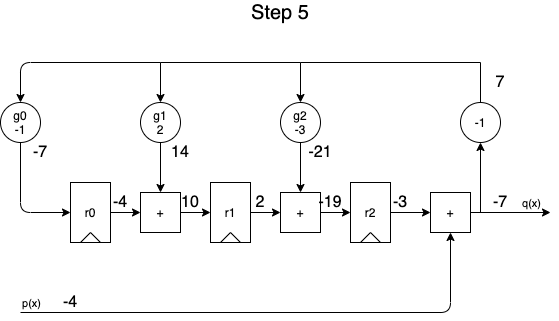
This is assets/reed_solomon/reed_solomon-divider_diagram_step5.png from tomverbeure/tomverbeure.github.io, a draw.io export, as it was before one commit. Source tidied: cells renumbered, new cells last; positions are measured from the earlier drawing's top-left corner, leaving out a move shared by most shapes.
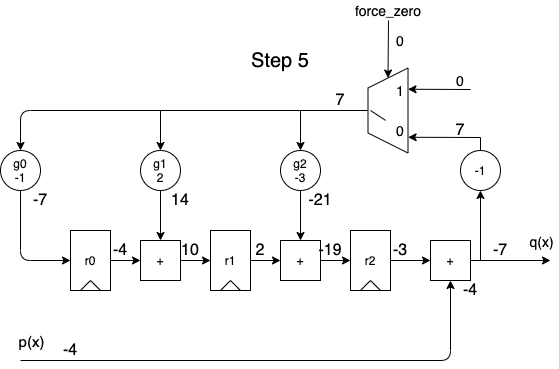
The same diagram one commit later.

Diff of the diagram source:
```diff
@@ -53,11 +53,6 @@
         </Array>
       </mxGeometry>
     </mxCell>
-    <mxCell id="14" value="p(x)" style="edgeLabel;html=1;align=center;verticalAlign=middle;" parent="13" vertex="1">
-      <mxGeometry x="-0.73" y="-1" relative="1" as="geometry">
-        <mxPoint x="-58" y="-11" as="offset" />
-      </mxGeometry>
-    </mxCell>
     <mxCell id="15" style="edgeStyle=orthogonalEdgeStyle;rounded=0;jettySize=auto;html=1;" parent="1" edge="1" source="7" target="12">
       <mxGeometry relative="1" as="geometry" />
     </mxCell>
@@ -66,11 +61,6 @@
         <mxPoint x="550" y="210" as="targetPoint" />
       </mxGeometry>
     </mxCell>
-    <mxCell id="17" value="q(x)" style="edgeLabel;html=1;align=center;verticalAlign=middle;" parent="16" vertex="1">
-      <mxGeometry x="-0.06" relative="1" as="geometry">
-        <mxPoint x="22.3" y="-10" as="offset" />
-      </mxGeometry>
-    </mxCell>
     <mxCell id="18" value="+" style="whiteSpace=wrap;html=1;fillColor=none;" parent="1" vertex="1">
       <mxGeometry x="280" y="190" width="40" height="40" as="geometry" />
     </mxCell>
@@ -80,14 +70,6 @@
     <mxCell id="20" style="endArrow=classic;html=1;entryX=0;entryY=0.5;entryDx=0;entryDy=0;exitX=1;exitY=0.5;exitDx=0;exitDy=0;" parent="1" edge="1" source="18" target="7">
       <mxGeometry relative="1" as="geometry" />
     </mxCell>
-    <mxCell id="21" style="endArrow=classic;html=1;entryX=0.5;entryY=0;entryDx=0;entryDy=0;rounded=0;" parent="1" edge="1" source="41" target="11">
-      <mxGeometry relative="1" as="geometry">
-        <Array as="points">
-          <mxPoint x="480" y="60" />
-          <mxPoint x="300" y="60" />
-        </Array>
-      </mxGeometry>
-    </mxCell>
     <mxCell id="22" style="group;" parent="1" vertex="1">
       <mxGeometry x="70" y="180" width="40" height="60" as="geometry" />
     </mxCell>
@@ -177,7 +159,7 @@
       </mxGeometry>
     </mxCell>
     <mxCell id="43" value="&lt;font style=&quot;font-size: 16px&quot;&gt;7&lt;/font&gt;" style="text;html=1;strokeColor=none;fillColor=none;align=center;verticalAlign=middle;whiteSpace=wrap;rounded=0;" parent="1" vertex="1">
-      <mxGeometry x="480" y="70" width="40" height="20" as="geometry" />
+      <mxGeometry x="440" y="70" width="40" height="20" as="geometry" />
     </mxCell>
     <mxCell id="44" value="&lt;font style=&quot;font-size: 16px&quot;&gt;14&lt;/font&gt;" style="text;html=1;strokeColor=none;fillColor=none;align=center;verticalAlign=middle;whiteSpace=wrap;rounded=0;" parent="1" vertex="1">
       <mxGeometry x="160" y="140" width="40" height="20" as="geometry" />
@@ -194,5 +176,67 @@
     <mxCell id="48" value="Step 5" style="text;html=1;strokeColor=none;fillColor=none;align=center;verticalAlign=middle;whiteSpace=wrap;rounded=0;fontSize=20;" parent="1" vertex="1">
       <mxGeometry x="230" width="100" height="20" as="geometry" />
     </mxCell>
+    <mxCell id="49" style="shape=trapezoid;perimeter=trapezoidPerimeter;whiteSpace=wrap;html=1;fixedSize=1;fillColor=none;fontSize=20;fontColor=#0000CC;rotation=-90;" parent="1" vertex="1">
+      <mxGeometry x="345" y="40" width="85" height="40" as="geometry" />
+    </mxCell>
+    <mxCell id="50" style="endArrow=classic;html=1;fontSize=20;fontColor=#0000CC;entryX=0.5;entryY=0;entryDx=0;entryDy=0;exitX=0.5;exitY=0;exitDx=0;exitDy=0;rounded=0;" parent="1" edge="1" source="49">
+      <mxGeometry relative="1" as="geometry">
+        <mxPoint x="300" y="100" as="targetPoint" />
+        <Array as="points">
+          <mxPoint x="300" y="60" />
+        </Array>
+      </mxGeometry>
+    </mxCell>
+    <mxCell id="51" style="endArrow=classic;html=1;fontSize=20;fontColor=#0000CC;entryX=0.185;entryY=1.003;entryDx=0;entryDy=0;entryPerimeter=0;exitX=0.5;exitY=0;exitDx=0;exitDy=0;rounded=0;" parent="1" edge="1" target="49">
+      <mxGeometry relative="1" as="geometry">
+        <mxPoint x="480" y="100" as="sourcePoint" />
+        <Array as="points">
+          <mxPoint x="480" y="87" />
+        </Array>
+      </mxGeometry>
+    </mxCell>
+    <mxCell id="52" style="endArrow=classic;html=1;fontSize=20;fontColor=#0000CC;entryX=0.75;entryY=1;entryDx=0;entryDy=0;" parent="1" edge="1" target="49">
+      <mxGeometry relative="1" as="geometry">
+        <mxPoint x="470" y="39" as="sourcePoint" />
+      </mxGeometry>
+    </mxCell>
+    <mxCell id="53" style="endArrow=classic;html=1;fontSize=20;fontColor=#000000;entryX=1;entryY=0.5;entryDx=0;entryDy=0;" parent="1" edge="1" target="49">
+      <mxGeometry relative="1" as="geometry">
+        <mxPoint x="388" y="-30" as="sourcePoint" />
+      </mxGeometry>
+    </mxCell>
+    <mxCell id="54" value="0" style="text;html=1;strokeColor=none;fillColor=none;align=center;verticalAlign=middle;whiteSpace=wrap;rounded=0;fontSize=14;fontColor=#000000;" parent="1" vertex="1">
+      <mxGeometry x="440" y="20" width="40" height="20" as="geometry" />
+    </mxCell>
+    <mxCell id="55" value="force_zero" style="text;html=1;strokeColor=none;fillColor=none;align=center;verticalAlign=middle;whiteSpace=wrap;rounded=0;fontSize=14;fontColor=#000000;" parent="1" vertex="1">
+      <mxGeometry x="367.5" y="-50" width="40" height="20" as="geometry" />
+    </mxCell>
+    <mxCell id="56" value="1" style="text;html=1;strokeColor=none;fillColor=none;align=center;verticalAlign=middle;whiteSpace=wrap;rounded=0;fontSize=14;fontColor=#000000;" parent="1" vertex="1">
+      <mxGeometry x="380" y="30" width="40" height="20" as="geometry" />
+    </mxCell>
+    <mxCell id="57" value="0" style="text;html=1;strokeColor=none;fillColor=none;align=center;verticalAlign=middle;whiteSpace=wrap;rounded=0;fontSize=14;fontColor=#000000;" parent="1" vertex="1">
+      <mxGeometry x="380" y="70" width="40" height="20" as="geometry" />
+    </mxCell>
+    <mxCell id="58" style="endArrow=none;html=1;fontSize=14;fontColor=#000000;entryX=0.5;entryY=0.063;entryDx=0;entryDy=0;entryPerimeter=0;endFill=0;exitX=0.127;exitY=-0.006;exitDx=0;exitDy=0;exitPerimeter=0;" parent="1" edge="1">
+      <mxGeometry relative="1" as="geometry">
+        <mxPoint x="385.1" y="69.9" as="sourcePoint" />
+        <mxPoint x="370" y="60" as="targetPoint" />
+      </mxGeometry>
+    </mxCell>
+    <mxCell id="59" value="0" style="text;html=1;strokeColor=none;fillColor=none;align=center;verticalAlign=middle;whiteSpace=wrap;rounded=0;fontSize=14;fontColor=#000000;" parent="1" vertex="1">
+      <mxGeometry x="380" y="-20" width="40" height="20" as="geometry" />
+    </mxCell>
+    <mxCell id="60" value="&lt;font style=&quot;font-size: 16px&quot;&gt;7&lt;/font&gt;" style="text;html=1;strokeColor=none;fillColor=none;align=center;verticalAlign=middle;whiteSpace=wrap;rounded=0;fontStyle=0;" parent="1" vertex="1">
+      <mxGeometry x="320" y="40" width="40" height="20" as="geometry" />
+    </mxCell>
+    <mxCell id="61" value="&lt;font style=&quot;font-size: 16px&quot;&gt;-4&lt;/font&gt;" style="text;html=1;strokeColor=none;fillColor=none;align=center;verticalAlign=middle;whiteSpace=wrap;rounded=0;" parent="1" vertex="1">
+      <mxGeometry x="450" y="230" width="40" height="20" as="geometry" />
+    </mxCell>
+    <mxCell id="14" value="p(x)" style="edgeLabel;html=1;align=center;verticalAlign=middle;fontSize=15;" parent="1" vertex="1">
+      <mxGeometry x="30" y="290" as="geometry" />
+    </mxCell>
+    <mxCell id="17" value="q(x)" style="edgeLabel;html=1;align=center;verticalAlign=middle;fontSize=14;" parent="1" vertex="1">
+      <mxGeometry x="540" y="190" as="geometry" />
+    </mxCell>
   </root>
 </mxGraphModel>
```
